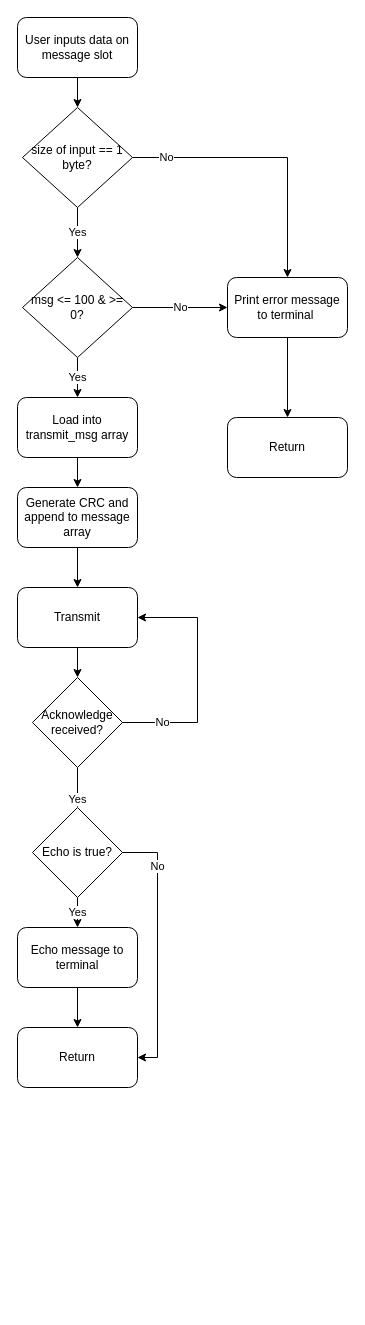
Before: page "Serial Port Send" (3 of 4) of Documentation/PC_GUI_Flowchart.drawio in nagars/CPDM-IISc, a draw.io diagram. Source tidied: cells renumbered, new cells numbered last; positions are measured from the earlier drawing's top-left corner, leaving out a move shared by most shapes. Both pictures are drawn from the tidied source at 100%, with x=0, y=0 at pixel (17, 17).
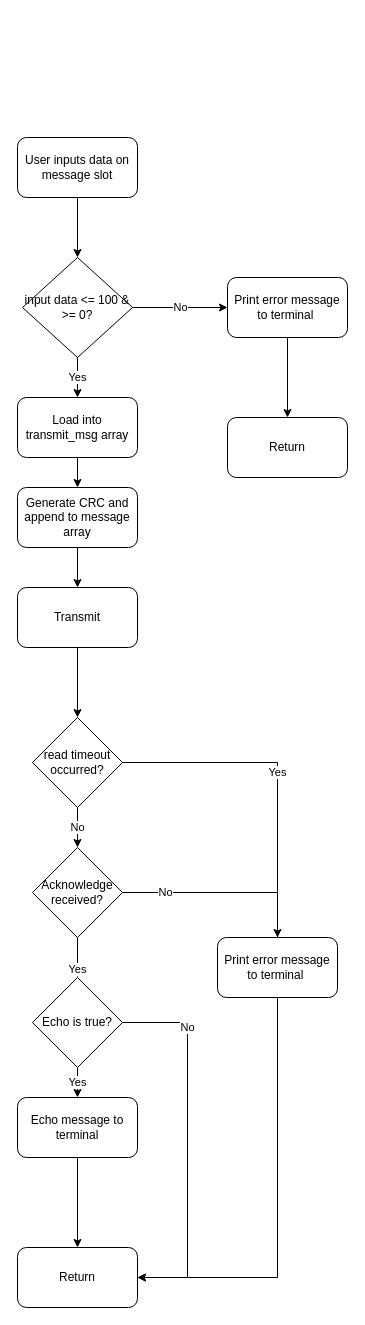
The same page after the edit.

Commit message:
Flowchart updated with design revisions

The change refers to these unchanged cells:
```xml
<mxCell id="10" value="Transmit" style="whiteSpace=wrap;html=1;rounded=1;" parent="1" vertex="1">
  <mxGeometry y="570" width="120" height="60" as="geometry" />
</mxCell>
<mxCell id="24" value="Print error message to terminal&amp;nbsp;" style="whiteSpace=wrap;html=1;rounded=1;" parent="1" vertex="1">
  <mxGeometry x="210" y="260" width="120" height="60" as="geometry" />
</mxCell>
```

What changed in the source:
```diff
@@
-    <mxCell id="2" style="edgeStyle=orthogonalEdgeStyle;rounded=0;jettySize=auto;html=1;entryX=0.5;entryY=0;entryDx=0;entryDy=0;" parent="1" edge="1" source="3" target="26">
+    <mxCell id="2" style="edgeStyle=orthogonalEdgeStyle;rounded=0;jettySize=auto;html=1;entryX=0.5;entryY=0;entryDx=0;entryDy=0;" parent="1" edge="1" source="3" target="22">
       <mxGeometry relative="1" as="geometry" />
     </mxCell>
     <mxCell id="3" value="User inputs data on message slot" style="rounded=1;whiteSpace=wrap;html=1;" parent="1" vertex="1">
-      <mxGeometry width="120" height="60" as="geometry" />
+      <mxGeometry y="120" width="120" height="60" as="geometry" />
     </mxCell>
-    <mxCell id="4" value="Yes" style="edgeStyle=orthogonalEdgeStyle;rounded=0;jettySize=auto;html=1;entryX=0.5;entryY=0;entryDx=0;entryDy=0;exitX=0.5;exitY=1;exitDx=0;exitDy=0;" parent="1" edge="1" source="26" target="22">
-      <mxGeometry relative="1" as="geometry" />
-    </mxCell>
@@
-    <mxCell id="9" style="edgeStyle=orthogonalEdgeStyle;rounded=0;jettySize=auto;html=1;" parent="1" edge="1" source="10" target="12">
-      <mxGeometry relative="1" as="geometry" />
-    </mxCell>
+    <mxCell id="28" style="edgeStyle=orthogonalEdgeStyle;rounded=0;jettySize=auto;html=1;" parent="1" edge="1" source="10" target="30">
+      <mxGeometry relative="1" as="geometry" />
+    </mxCell>
@@
     <mxCell id="12" value="Acknowledge received?" style="rhombus;whiteSpace=wrap;html=1;" parent="1" vertex="1">
-      <mxGeometry x="15" y="660" width="90" height="90" as="geometry" />
+      <mxGeometry x="15" y="830" width="90" height="90" as="geometry" />
     </mxCell>
-    <mxCell id="13" value="No" style="edgeStyle=orthogonalEdgeStyle;rounded=0;jettySize=auto;html=1;entryX=1;entryY=0.5;entryDx=0;entryDy=0;exitX=1;exitY=0.5;exitDx=0;exitDy=0;" parent="1" edge="1" source="12" target="10">
+    <mxCell id="13" value="No" style="edgeStyle=orthogonalEdgeStyle;rounded=0;jettySize=auto;html=1;entryX=0.5;entryY=1;entryDx=0;entryDy=0;exitX=1;exitY=0.5;exitDx=0;exitDy=0;" parent="1" edge="1" source="12" target="29">
       <mxGeometry x="-0.67" relative="1" as="geometry">
         <Array as="points">
-          <mxPoint x="180" y="705" />
-          <mxPoint x="180" y="600" />
+          <mxPoint x="260" y="875" />
         </Array>
       </mxGeometry>
     </mxCell>
-    <mxCell id="14" style="edgeStyle=orthogonalEdgeStyle;rounded=0;jettySize=auto;html=1;" parent="1" edge="1" source="15" target="18">
+    <mxCell id="14" style="edgeStyle=orthogonalEdgeStyle;rounded=0;jettySize=auto;html=1;entryX=0.5;entryY=0;entryDx=0;entryDy=0;" parent="1" edge="1" source="15" target="18">
       <mxGeometry relative="1" as="geometry" />
     </mxCell>
     <mxCell id="15" value="Echo message to terminal" style="rounded=1;whiteSpace=wrap;html=1;" parent="1" vertex="1">
-      <mxGeometry y="910" width="120" height="60" as="geometry" />
+      <mxGeometry y="1080" width="120" height="60" as="geometry" />
     </mxCell>
@@
     <mxCell id="17" value="Echo is true?" style="rhombus;whiteSpace=wrap;html=1;" parent="1" vertex="1">
-      <mxGeometry x="15" y="790" width="90" height="90" as="geometry" />
+      <mxGeometry x="15" y="960" width="90" height="90" as="geometry" />
     </mxCell>
     <mxCell id="18" value="Return" style="rounded=1;whiteSpace=wrap;html=1;" parent="1" vertex="1">
-      <mxGeometry y="1010" width="120" height="60" as="geometry" />
+      <mxGeometry y="1230" width="120" height="60" as="geometry" />
     </mxCell>
     <mxCell id="19" value="No" style="edgeStyle=orthogonalEdgeStyle;rounded=0;jettySize=auto;html=1;exitX=1;exitY=0.5;exitDx=0;exitDy=0;entryX=1;entryY=0.5;entryDx=0;entryDy=0;" parent="1" edge="1" source="17" target="18">
-      <mxGeometry x="-0.62" relative="1" as="geometry" />
+      <mxGeometry x="-0.62" relative="1" as="geometry">
+        <Array as="points">
+          <mxPoint x="170" y="1005" />
+          <mxPoint x="170" y="1260" />
+        </Array>
+      </mxGeometry>
     </mxCell>
@@
-    <mxCell id="22" value="msg &amp;lt;= 100 &amp;amp; &amp;gt;= 0?" style="rhombus;whiteSpace=wrap;html=1;" parent="1" vertex="1">
+    <mxCell id="22" value="input data &amp;lt;= 100 &amp;amp; &amp;gt;= 0?" style="rhombus;whiteSpace=wrap;html=1;" parent="1" vertex="1">
       <mxGeometry x="5" y="240" width="110" height="100" as="geometry" />
     </mxCell>
@@
-    <mxCell id="26" value="size of input == 1 byte?" style="rhombus;whiteSpace=wrap;html=1;" parent="1" vertex="1">
-      <mxGeometry x="5" y="90" width="110" height="100" as="geometry" />
-    </mxCell>
+    <mxCell id="29" value="Print error message to terminal&amp;nbsp;" style="whiteSpace=wrap;html=1;rounded=1;" parent="1" vertex="1">
+      <mxGeometry x="200" y="920" width="120" height="60" as="geometry" />
+    </mxCell>
-    <mxCell id="27" value="No" style="edgeStyle=orthogonalEdgeStyle;rounded=0;jettySize=auto;html=1;exitX=1;exitY=0.5;exitDx=0;exitDy=0;entryX=0.5;entryY=0;entryDx=0;entryDy=0;" parent="1" edge="1" source="26" target="24">
-      <mxGeometry x="-0.75" relative="1" as="geometry" />
+    <mxCell id="27" value="No" style="edgeStyle=orthogonalEdgeStyle;rounded=0;jettySize=auto;html=1;" parent="1" edge="1" source="30" target="12">
+      <mxGeometry relative="1" as="geometry" />
     </mxCell>
+    <mxCell id="4" value="Yes" style="edgeStyle=orthogonalEdgeStyle;rounded=0;jettySize=auto;html=1;" parent="1" edge="1" source="30" target="29">
+      <mxGeometry relative="1" as="geometry" />
+    </mxCell>
+    <mxCell id="30" value="read timeout occurred?" style="rhombus;whiteSpace=wrap;html=1;" parent="1" vertex="1">
+      <mxGeometry x="15" y="700" width="90" height="90" as="geometry" />
+    </mxCell>
+    <mxCell id="31" style="edgeStyle=orthogonalEdgeStyle;rounded=0;jettySize=auto;html=1;exitX=0.5;exitY=1;exitDx=0;exitDy=0;entryX=1;entryY=0.5;entryDx=0;entryDy=0;" parent="1" edge="1" source="29" target="18">
+      <mxGeometry relative="1" as="geometry" />
+    </mxCell>
```
